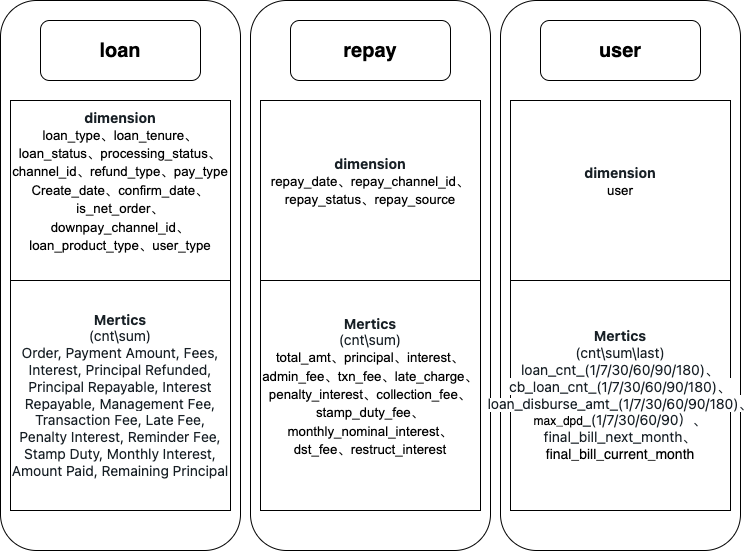
Before: v2_dws_metics.drawio.png, a diagram exported from draw.io (a490888602/draw). Source tidied: cells renumbered, new cells last; positions are measured from the earlier drawing's top-left corner, leaving out a move shared by most shapes.
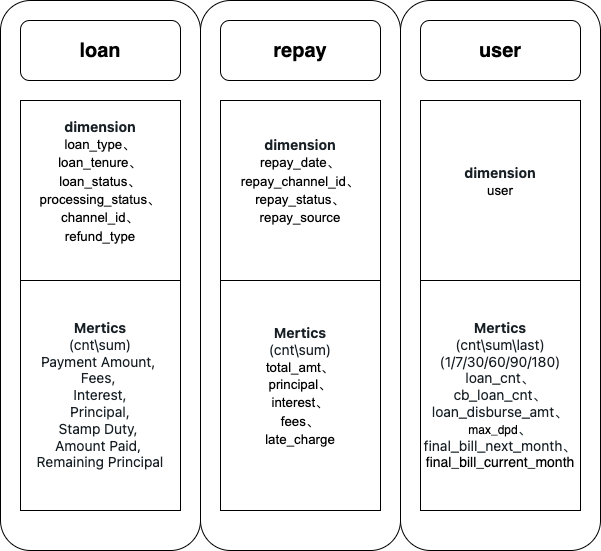
Later version of the same file.

Diff of the diagram source:
```diff
@@ -3,40 +3,40 @@
     <mxCell id="0" />
     <mxCell id="1" parent="0" />
     <mxCell id="2" style="rounded=1;whiteSpace=wrap;html=1;" parent="1" vertex="1">
-      <mxGeometry width="240" height="550" as="geometry" />
+      <mxGeometry x="20" width="200" height="550" as="geometry" />
     </mxCell>
     <mxCell id="3" value="&lt;font style=&quot;font-size: 20px;&quot;&gt;&lt;b&gt;loan&lt;/b&gt;&lt;/font&gt;" style="rounded=1;whiteSpace=wrap;html=1;" parent="1" vertex="1">
       <mxGeometry x="40" y="20" width="160" height="60" as="geometry" />
     </mxCell>
-    <mxCell id="4" value="&lt;span style=&quot;color: rgb(24, 32, 38); font-family: -apple-system, &amp;quot;system-ui&amp;quot;, &amp;quot;Segoe UI&amp;quot;, Roboto, Oxygen, Ubuntu, Cantarell, &amp;quot;Open Sans&amp;quot;, &amp;quot;Helvetica Neue&amp;quot;, Icons16, sans-serif; font-size: 14px; text-align: start; background-color: rgb(255, 255, 255);&quot;&gt;&lt;b&gt;dimension&lt;/b&gt;&lt;/span&gt;&lt;span id=&quot;docs-internal-guid-fe57390f-7fff-a0ee-cc2a-d11dbe8473af&quot;&gt;&lt;p style=&quot;line-height:1.38;margin-top:0pt;margin-bottom:0pt;&quot; dir=&quot;ltr&quot;&gt;&lt;span style=&quot;font-size: 10pt; font-family: Arial; background-color: rgb(255, 255, 255); font-variant-numeric: normal; font-variant-east-asian: normal; vertical-align: baseline;&quot;&gt;loan_type、loan_tenure、loan_status、processing_status、channel_id、refund_type、pay_type&lt;/span&gt;&lt;/p&gt;&lt;p style=&quot;line-height:1.38;margin-top:0pt;margin-bottom:0pt;&quot; dir=&quot;ltr&quot;&gt;&lt;span style=&quot;font-size: 10pt; font-family: Arial; background-color: rgb(255, 255, 255); font-variant-numeric: normal; font-variant-east-asian: normal; vertical-align: baseline;&quot;&gt;Create_date、confirm_date、is_net_order、downpay_channel_id、loan_product_type、user_type&lt;/span&gt;&lt;/p&gt;&lt;div&gt;&lt;span style=&quot;font-size: 10pt; font-family: Arial; background-color: rgb(255, 255, 255); font-variant-numeric: normal; font-variant-east-asian: normal; vertical-align: baseline;&quot;&gt;&lt;br&gt;&lt;/span&gt;&lt;/div&gt;&lt;/span&gt;" style="rounded=0;whiteSpace=wrap;html=1;" parent="1" vertex="1">
-      <mxGeometry x="10" y="100" width="220" height="180" as="geometry" />
+    <mxCell id="4" value="&lt;span style=&quot;color: rgb(24, 32, 38); font-family: -apple-system, &amp;quot;system-ui&amp;quot;, &amp;quot;Segoe UI&amp;quot;, Roboto, Oxygen, Ubuntu, Cantarell, &amp;quot;Open Sans&amp;quot;, &amp;quot;Helvetica Neue&amp;quot;, Icons16, sans-serif; font-size: 14px; text-align: start; background-color: rgb(255, 255, 255);&quot;&gt;&lt;b&gt;dimension&lt;/b&gt;&lt;/span&gt;&lt;span id=&quot;docs-internal-guid-fe57390f-7fff-a0ee-cc2a-d11dbe8473af&quot;&gt;&lt;p style=&quot;line-height:1.38;margin-top:0pt;margin-bottom:0pt;&quot; dir=&quot;ltr&quot;&gt;&lt;span style=&quot;font-size: 10pt; font-family: Arial; background-color: rgb(255, 255, 255); font-variant-numeric: normal; font-variant-east-asian: normal; vertical-align: baseline;&quot;&gt;loan_type、&lt;/span&gt;&lt;/p&gt;&lt;p style=&quot;line-height:1.38;margin-top:0pt;margin-bottom:0pt;&quot; dir=&quot;ltr&quot;&gt;&lt;span style=&quot;font-size: 10pt; font-family: Arial; background-color: rgb(255, 255, 255); font-variant-numeric: normal; font-variant-east-asian: normal; vertical-align: baseline;&quot;&gt;loan_tenure、&lt;/span&gt;&lt;/p&gt;&lt;p style=&quot;line-height:1.38;margin-top:0pt;margin-bottom:0pt;&quot; dir=&quot;ltr&quot;&gt;&lt;span style=&quot;font-size: 10pt; font-family: Arial; background-color: rgb(255, 255, 255); font-variant-numeric: normal; font-variant-east-asian: normal; vertical-align: baseline;&quot;&gt;loan_status、&lt;/span&gt;&lt;/p&gt;&lt;p style=&quot;line-height:1.38;margin-top:0pt;margin-bottom:0pt;&quot; dir=&quot;ltr&quot;&gt;&lt;span style=&quot;font-size: 10pt; font-family: Arial; background-color: rgb(255, 255, 255); font-variant-numeric: normal; font-variant-east-asian: normal; vertical-align: baseline;&quot;&gt;processing_status、&lt;/span&gt;&lt;/p&gt;&lt;p style=&quot;line-height:1.38;margin-top:0pt;margin-bottom:0pt;&quot; dir=&quot;ltr&quot;&gt;&lt;span style=&quot;font-size: 10pt; font-family: Arial; background-color: rgb(255, 255, 255); font-variant-numeric: normal; font-variant-east-asian: normal; vertical-align: baseline;&quot;&gt;channel_id、&lt;/span&gt;&lt;/p&gt;&lt;p style=&quot;line-height:1.38;margin-top:0pt;margin-bottom:0pt;&quot; dir=&quot;ltr&quot;&gt;&lt;span style=&quot;font-size: 10pt; font-family: Arial; background-color: rgb(255, 255, 255); font-variant-numeric: normal; font-variant-east-asian: normal; vertical-align: baseline;&quot;&gt;refund_type&lt;/span&gt;&lt;/p&gt;&lt;div&gt;&lt;span style=&quot;font-size: 10pt; font-family: Arial; background-color: rgb(255, 255, 255); font-variant-numeric: normal; font-variant-east-asian: normal; vertical-align: baseline;&quot;&gt;&lt;br&gt;&lt;/span&gt;&lt;/div&gt;&lt;/span&gt;" style="rounded=0;whiteSpace=wrap;html=1;" parent="1" vertex="1">
+      <mxGeometry x="40" y="100" width="160" height="180" as="geometry" />
     </mxCell>
-    <mxCell id="5" value="&lt;span style=&quot;color: rgb(24, 32, 38); font-family: -apple-system, &amp;quot;system-ui&amp;quot;, &amp;quot;Segoe UI&amp;quot;, Roboto, Oxygen, Ubuntu, Cantarell, &amp;quot;Open Sans&amp;quot;, &amp;quot;Helvetica Neue&amp;quot;, Icons16, sans-serif; font-size: 14px; text-align: start; background-color: rgb(255, 255, 255);&quot;&gt;&lt;b&gt;Mertics&lt;br&gt;&lt;/b&gt;(cnt\sum)&lt;br&gt;Order, Payment Amount, Fees, Interest, Principal Refunded, Principal Repayable, Interest Repayable, Management Fee, Transaction Fee, Late Fee, Penalty Interest, Reminder Fee, Stamp Duty, Monthly Interest, Amount Paid, Remaining Principal&lt;/span&gt;" style="rounded=0;whiteSpace=wrap;html=1;" parent="1" vertex="1">
-      <mxGeometry x="10" y="280" width="220" height="230" as="geometry" />
+    <mxCell id="5" value="&lt;span style=&quot;color: rgb(24, 32, 38); font-family: -apple-system, &amp;quot;system-ui&amp;quot;, &amp;quot;Segoe UI&amp;quot;, Roboto, Oxygen, Ubuntu, Cantarell, &amp;quot;Open Sans&amp;quot;, &amp;quot;Helvetica Neue&amp;quot;, Icons16, sans-serif; font-size: 14px; text-align: start; background-color: rgb(255, 255, 255);&quot;&gt;&lt;b&gt;Mertics&lt;br&gt;&lt;/b&gt;(cnt\sum)&lt;br&gt;Payment Amount, &lt;br&gt;Fees, &lt;br&gt;Interest,&lt;br&gt;Principal,&lt;br&gt;Stamp Duty, &lt;br&gt;Amount Paid, &lt;br&gt;Remaining Principal&lt;/span&gt;" style="rounded=0;whiteSpace=wrap;html=1;" parent="1" vertex="1">
+      <mxGeometry x="40" y="280" width="160" height="230" as="geometry" />
     </mxCell>
-    <mxCell id="6" style="rounded=1;whiteSpace=wrap;html=1;" parent="1" vertex="1">
-      <mxGeometry x="250" width="240" height="550" as="geometry" />
-    </mxCell>
+    <mxCell id="14" style="rounded=1;whiteSpace=wrap;html=1;" parent="1" vertex="1">
+      <mxGeometry x="220" width="200" height="550" as="geometry" />
+    </mxCell>
-    <mxCell id="7" value="&lt;font style=&quot;font-size: 20px;&quot;&gt;&lt;b&gt;repay&lt;/b&gt;&lt;/font&gt;" style="rounded=1;whiteSpace=wrap;html=1;" parent="1" vertex="1">
-      <mxGeometry x="290" y="20" width="160" height="60" as="geometry" />
+    <mxCell id="7" value="&lt;b style=&quot;font-size: 20px;&quot;&gt;repay&lt;/b&gt;" style="rounded=1;whiteSpace=wrap;html=1;" parent="1" vertex="1">
+      <mxGeometry x="240" y="20" width="160" height="60" as="geometry" />
     </mxCell>
-    <mxCell id="8" value="&lt;span style=&quot;color: rgb(24, 32, 38); font-family: -apple-system, &amp;quot;system-ui&amp;quot;, &amp;quot;Segoe UI&amp;quot;, Roboto, Oxygen, Ubuntu, Cantarell, &amp;quot;Open Sans&amp;quot;, &amp;quot;Helvetica Neue&amp;quot;, Icons16, sans-serif; font-size: 14px; text-align: start; background-color: rgb(255, 255, 255);&quot;&gt;&lt;b&gt;dimension&lt;/b&gt;&lt;/span&gt;&lt;span id=&quot;docs-internal-guid-fe57390f-7fff-a0ee-cc2a-d11dbe8473af&quot;&gt;&lt;p style=&quot;line-height:1.38;margin-top:0pt;margin-bottom:0pt;&quot; dir=&quot;ltr&quot;&gt;&lt;span id=&quot;docs-internal-guid-1e8be716-7fff-891e-9e94-153255852bf0&quot;&gt;&lt;span style=&quot;font-size: 10pt; font-family: Arial; background-color: rgb(255, 255, 255); font-variant-numeric: normal; font-variant-east-asian: normal; vertical-align: baseline;&quot;&gt;repay_date、repay_channel_id、repay_status、repay_source&lt;/span&gt;&lt;/span&gt;&lt;br&gt;&lt;/p&gt;&lt;div&gt;&lt;span style=&quot;font-size: 10pt; font-family: Arial; background-color: rgb(255, 255, 255); font-variant-numeric: normal; font-variant-east-asian: normal; vertical-align: baseline;&quot;&gt;&lt;br&gt;&lt;/span&gt;&lt;/div&gt;&lt;/span&gt;" style="rounded=0;whiteSpace=wrap;html=1;" parent="1" vertex="1">
-      <mxGeometry x="260" y="100" width="220" height="180" as="geometry" />
-    </mxCell>
-    <mxCell id="9" value="&lt;span style=&quot;color: rgb(24, 32, 38); font-family: -apple-system, &amp;quot;system-ui&amp;quot;, &amp;quot;Segoe UI&amp;quot;, Roboto, Oxygen, Ubuntu, Cantarell, &amp;quot;Open Sans&amp;quot;, &amp;quot;Helvetica Neue&amp;quot;, Icons16, sans-serif; font-size: 14px; text-align: start; background-color: rgb(255, 255, 255);&quot;&gt;&lt;b&gt;Mertics&lt;br&gt;&lt;/b&gt;(cnt\sum)&lt;br&gt;&lt;/span&gt;&lt;span id=&quot;docs-internal-guid-ec698fb8-7fff-f6b3-cd24-1bbb1288b2f9&quot;&gt;&lt;p style=&quot;line-height:1.38;margin-top:0pt;margin-bottom:0pt;&quot; dir=&quot;ltr&quot;&gt;&lt;span style=&quot;font-size: 10pt; font-family: Arial; background-color: rgb(255, 255, 255); font-variant-numeric: normal; font-variant-east-asian: normal; vertical-align: baseline;&quot;&gt;total_amt、principal、interest、admin_fee、txn_fee、late_charge、penalty_interest、collection_fee、stamp_duty_fee、monthly_nominal_interest、dst_fee、restruct_interest&lt;/span&gt;&lt;/p&gt;&lt;div&gt;&lt;span style=&quot;font-size: 10pt; font-family: Arial; background-color: rgb(255, 255, 255); font-variant-numeric: normal; font-variant-east-asian: normal; vertical-align: baseline;&quot;&gt;&lt;br&gt;&lt;/span&gt;&lt;/div&gt;&lt;/span&gt;" style="rounded=0;whiteSpace=wrap;html=1;" parent="1" vertex="1">
-      <mxGeometry x="260" y="280" width="220" height="230" as="geometry" />
-    </mxCell>
-    <mxCell id="10" style="rounded=1;whiteSpace=wrap;html=1;" parent="1" vertex="1">
-      <mxGeometry x="500" width="240" height="550" as="geometry" />
-    </mxCell>
+    <mxCell id="15" value="&lt;span style=&quot;color: rgb(24, 32, 38); font-family: -apple-system, &amp;quot;system-ui&amp;quot;, &amp;quot;Segoe UI&amp;quot;, Roboto, Oxygen, Ubuntu, Cantarell, &amp;quot;Open Sans&amp;quot;, &amp;quot;Helvetica Neue&amp;quot;, Icons16, sans-serif; font-size: 14px; text-align: start; background-color: rgb(255, 255, 255);&quot;&gt;&lt;b&gt;dimension&lt;/b&gt;&lt;/span&gt;&lt;span id=&quot;docs-internal-guid-fe57390f-7fff-a0ee-cc2a-d11dbe8473af&quot;&gt;&lt;p style=&quot;line-height: 1.38; margin-top: 0pt; margin-bottom: 0pt;&quot; dir=&quot;ltr&quot;&gt;&lt;span id=&quot;docs-internal-guid-1e8be716-7fff-891e-9e94-153255852bf0&quot;&gt;&lt;span style=&quot;font-size: 10pt; font-family: Arial; background-color: rgb(255, 255, 255); font-variant-numeric: normal; font-variant-east-asian: normal; vertical-align: baseline;&quot;&gt;repay_date、&lt;/span&gt;&lt;/span&gt;&lt;/p&gt;&lt;p style=&quot;line-height: 1.38; margin-top: 0pt; margin-bottom: 0pt;&quot; dir=&quot;ltr&quot;&gt;&lt;span style=&quot;font-size: 10pt; font-family: Arial; background-color: rgb(255, 255, 255); font-variant-numeric: normal; font-variant-east-asian: normal; vertical-align: baseline;&quot;&gt;repay_channel_id、&lt;/span&gt;&lt;/p&gt;&lt;p style=&quot;line-height: 1.38; margin-top: 0pt; margin-bottom: 0pt;&quot; dir=&quot;ltr&quot;&gt;&lt;span style=&quot;font-size: 10pt; font-family: Arial; background-color: rgb(255, 255, 255); font-variant-numeric: normal; font-variant-east-asian: normal; vertical-align: baseline;&quot;&gt;repay_status、&lt;/span&gt;&lt;/p&gt;&lt;p style=&quot;line-height: 1.38; margin-top: 0pt; margin-bottom: 0pt;&quot; dir=&quot;ltr&quot;&gt;&lt;span style=&quot;font-size: 10pt; font-family: Arial; background-color: rgb(255, 255, 255); font-variant-numeric: normal; font-variant-east-asian: normal; vertical-align: baseline;&quot;&gt;repay_source&lt;/span&gt;&lt;br&gt;&lt;/p&gt;&lt;div&gt;&lt;span style=&quot;font-size: 10pt; font-family: Arial; background-color: rgb(255, 255, 255); font-variant-numeric: normal; font-variant-east-asian: normal; vertical-align: baseline;&quot;&gt;&lt;br&gt;&lt;/span&gt;&lt;/div&gt;&lt;/span&gt;" style="rounded=0;whiteSpace=wrap;html=1;" parent="1" vertex="1">
+      <mxGeometry x="240" y="100" width="160" height="180" as="geometry" />
+    </mxCell>
+    <mxCell id="16" value="&lt;span style=&quot;color: rgb(24, 32, 38); font-family: -apple-system, &amp;quot;system-ui&amp;quot;, &amp;quot;Segoe UI&amp;quot;, Roboto, Oxygen, Ubuntu, Cantarell, &amp;quot;Open Sans&amp;quot;, &amp;quot;Helvetica Neue&amp;quot;, Icons16, sans-serif; font-size: 14px; text-align: start; background-color: rgb(255, 255, 255);&quot;&gt;&lt;b&gt;Mertics&lt;br&gt;&lt;/b&gt;(cnt\sum)&lt;br&gt;&lt;/span&gt;&lt;span style=&quot;background-color: rgb(255, 255, 255); font-family: Arial; font-size: 10pt;&quot;&gt;total_amt、&lt;/span&gt;&lt;span style=&quot;color: rgb(24, 32, 38); font-family: -apple-system, &amp;quot;system-ui&amp;quot;, &amp;quot;Segoe UI&amp;quot;, Roboto, Oxygen, Ubuntu, Cantarell, &amp;quot;Open Sans&amp;quot;, &amp;quot;Helvetica Neue&amp;quot;, Icons16, sans-serif; font-size: 14px; text-align: start; background-color: rgb(255, 255, 255);&quot;&gt;&lt;br&gt;&lt;/span&gt;&lt;span id=&quot;docs-internal-guid-ec698fb8-7fff-f6b3-cd24-1bbb1288b2f9&quot;&gt;&lt;p style=&quot;line-height: 1.38; margin-top: 0pt; margin-bottom: 0pt;&quot; dir=&quot;ltr&quot;&gt;&lt;span style=&quot;font-size: 10pt; font-family: Arial; background-color: rgb(255, 255, 255); font-variant-numeric: normal; font-variant-east-asian: normal; vertical-align: baseline;&quot;&gt;principal、&lt;/span&gt;&lt;/p&gt;&lt;p style=&quot;line-height: 1.38; margin-top: 0pt; margin-bottom: 0pt;&quot; dir=&quot;ltr&quot;&gt;&lt;span style=&quot;font-size: 10pt; font-family: Arial; background-color: rgb(255, 255, 255); font-variant-numeric: normal; font-variant-east-asian: normal; vertical-align: baseline;&quot;&gt;interest、&lt;/span&gt;&lt;/p&gt;&lt;p style=&quot;line-height: 1.38; margin-top: 0pt; margin-bottom: 0pt;&quot; dir=&quot;ltr&quot;&gt;&lt;span style=&quot;font-size: 10pt; font-family: Arial; background-color: rgb(255, 255, 255); font-variant-numeric: normal; font-variant-east-asian: normal; vertical-align: baseline;&quot;&gt;fees、&lt;/span&gt;&lt;/p&gt;&lt;p style=&quot;line-height: 1.38; margin-top: 0pt; margin-bottom: 0pt;&quot; dir=&quot;ltr&quot;&gt;&lt;span style=&quot;font-size: 10pt; font-family: Arial; background-color: rgb(255, 255, 255); font-variant-numeric: normal; font-variant-east-asian: normal; vertical-align: baseline;&quot;&gt;late_charge&lt;/span&gt;&lt;/p&gt;&lt;div&gt;&lt;span style=&quot;font-size: 10pt; font-family: Arial; background-color: rgb(255, 255, 255); font-variant-numeric: normal; font-variant-east-asian: normal; vertical-align: baseline;&quot;&gt;&lt;br&gt;&lt;/span&gt;&lt;/div&gt;&lt;/span&gt;" style="rounded=0;whiteSpace=wrap;html=1;" parent="1" vertex="1">
+      <mxGeometry x="240" y="280" width="160" height="230" as="geometry" />
+    </mxCell>
+    <mxCell id="17" style="rounded=1;whiteSpace=wrap;html=1;" parent="1" vertex="1">
+      <mxGeometry x="420" width="200" height="550" as="geometry" />
+    </mxCell>
-    <mxCell id="11" value="&lt;font style=&quot;font-size: 20px;&quot;&gt;&lt;b&gt;user&lt;/b&gt;&lt;/font&gt;" style="rounded=1;whiteSpace=wrap;html=1;" parent="1" vertex="1">
-      <mxGeometry x="540" y="20" width="160" height="60" as="geometry" />
+    <mxCell id="11" value="&lt;b style=&quot;font-size: 20px;&quot;&gt;user&lt;/b&gt;" style="rounded=1;whiteSpace=wrap;html=1;" parent="1" vertex="1">
+      <mxGeometry x="440" y="20" width="160" height="60" as="geometry" />
     </mxCell>
-    <mxCell id="12" value="&lt;span style=&quot;color: rgb(24, 32, 38); font-family: -apple-system, &amp;quot;system-ui&amp;quot;, &amp;quot;Segoe UI&amp;quot;, Roboto, Oxygen, Ubuntu, Cantarell, &amp;quot;Open Sans&amp;quot;, &amp;quot;Helvetica Neue&amp;quot;, Icons16, sans-serif; font-size: 14px; text-align: start; background-color: rgb(255, 255, 255);&quot;&gt;&lt;b&gt;dimension&lt;/b&gt;&lt;/span&gt;&lt;span id=&quot;docs-internal-guid-fe57390f-7fff-a0ee-cc2a-d11dbe8473af&quot;&gt;&lt;p style=&quot;line-height:1.38;margin-top:0pt;margin-bottom:0pt;&quot; dir=&quot;ltr&quot;&gt;&lt;span style=&quot;background-color: rgb(255, 255, 255); font-family: Arial; font-size: 10pt;&quot;&gt;user&lt;/span&gt;&lt;br&gt;&lt;/p&gt;&lt;div&gt;&lt;span style=&quot;font-size: 10pt; font-family: Arial; background-color: rgb(255, 255, 255); font-variant-numeric: normal; font-variant-east-asian: normal; vertical-align: baseline;&quot;&gt;&lt;br&gt;&lt;/span&gt;&lt;/div&gt;&lt;/span&gt;" style="rounded=0;whiteSpace=wrap;html=1;" parent="1" vertex="1">
-      <mxGeometry x="510" y="100" width="220" height="180" as="geometry" />
+    <mxCell id="12" value="&lt;span style=&quot;color: rgb(24, 32, 38); font-family: -apple-system, &amp;quot;system-ui&amp;quot;, &amp;quot;Segoe UI&amp;quot;, Roboto, Oxygen, Ubuntu, Cantarell, &amp;quot;Open Sans&amp;quot;, &amp;quot;Helvetica Neue&amp;quot;, Icons16, sans-serif; font-size: 14px; text-align: start; background-color: rgb(255, 255, 255);&quot;&gt;&lt;b&gt;dimension&lt;/b&gt;&lt;/span&gt;&lt;span id=&quot;docs-internal-guid-fe57390f-7fff-a0ee-cc2a-d11dbe8473af&quot;&gt;&lt;p style=&quot;line-height: 1.38; margin-top: 0pt; margin-bottom: 0pt;&quot; dir=&quot;ltr&quot;&gt;&lt;span style=&quot;background-color: rgb(255, 255, 255); font-family: Arial; font-size: 10pt;&quot;&gt;user&lt;/span&gt;&lt;br&gt;&lt;/p&gt;&lt;div&gt;&lt;span style=&quot;background-color: rgb(255, 255, 255); font-family: Arial; font-size: 10pt;&quot;&gt;&lt;br&gt;&lt;/span&gt;&lt;/div&gt;&lt;/span&gt;" style="rounded=0;whiteSpace=wrap;html=1;" parent="1" vertex="1">
+      <mxGeometry x="440" y="100" width="160" height="180" as="geometry" />
     </mxCell>
-    <mxCell id="13" value="&lt;span style=&quot;color: rgb(24, 32, 38); font-family: -apple-system, &amp;quot;system-ui&amp;quot;, &amp;quot;Segoe UI&amp;quot;, Roboto, Oxygen, Ubuntu, Cantarell, &amp;quot;Open Sans&amp;quot;, &amp;quot;Helvetica Neue&amp;quot;, Icons16, sans-serif; font-size: 14px; text-align: start; background-color: rgb(255, 255, 255);&quot;&gt;&lt;b&gt;Mertics&lt;br&gt;&lt;/b&gt;(cnt\sum\last)&lt;br&gt;loan_cnt_(1/7/30/60/90/180)、&lt;br&gt;&lt;/span&gt;&lt;span style=&quot;color: rgb(24, 32, 38); font-family: -apple-system, &amp;quot;system-ui&amp;quot;, &amp;quot;Segoe UI&amp;quot;, Roboto, Oxygen, Ubuntu, Cantarell, &amp;quot;Open Sans&amp;quot;, &amp;quot;Helvetica Neue&amp;quot;, Icons16, sans-serif; font-size: 14px; text-align: start; background-color: rgb(255, 255, 255);&quot;&gt;cb_loan_cnt_(1/7/30/60/90/180)、&lt;br&gt;&lt;/span&gt;&lt;span style=&quot;text-align: start; background-color: rgb(255, 255, 255);&quot;&gt;&lt;font face=&quot;-apple-system, system-ui, Segoe UI, Roboto, Oxygen, Ubuntu, Cantarell, Open Sans, Helvetica Neue, Icons16, sans-serif&quot; color=&quot;#182026&quot;&gt;&lt;span style=&quot;font-size: 14px;&quot;&gt;loan_disburse_amt&lt;/span&gt;&lt;/font&gt;&lt;/span&gt;&lt;span style=&quot;color: rgb(24, 32, 38); font-family: -apple-system, &amp;quot;system-ui&amp;quot;, &amp;quot;Segoe UI&amp;quot;, Roboto, Oxygen, Ubuntu, Cantarell, &amp;quot;Open Sans&amp;quot;, &amp;quot;Helvetica Neue&amp;quot;, Icons16, sans-serif; font-size: 14px; text-align: start; background-color: rgb(255, 255, 255);&quot;&gt;_(1/7/30/60/90/180)、&lt;br&gt;&lt;/span&gt;&lt;span style=&quot;text-align: start; background-color: rgb(255, 255, 255);&quot;&gt;max_dpd&lt;/span&gt;&lt;span style=&quot;text-align: start; background-color: rgb(255, 255, 255);&quot;&gt;&lt;font face=&quot;-apple-system, system-ui, Segoe UI, Roboto, Oxygen, Ubuntu, Cantarell, Open Sans, Helvetica Neue, Icons16, sans-serif&quot; color=&quot;#182026&quot;&gt;&lt;span style=&quot;font-size: 14px;&quot;&gt;_(1/7/30/60/90）、final_bill_next_month、&lt;/span&gt;&lt;/font&gt;&lt;br&gt;&lt;/span&gt;&lt;span style=&quot;text-align: start; background-color: rgb(255, 255, 255);&quot;&gt;&lt;font style=&quot;font-size: 14px;&quot;&gt;final_bill_current_month&lt;/font&gt;&lt;br&gt;&lt;/span&gt;" style="rounded=0;whiteSpace=wrap;html=1;" parent="1" vertex="1">
-      <mxGeometry x="510" y="280" width="220" height="230" as="geometry" />
-    </mxCell>
+    <mxCell id="18" value="&lt;span style=&quot;color: rgb(24, 32, 38); font-family: -apple-system, &amp;quot;system-ui&amp;quot;, &amp;quot;Segoe UI&amp;quot;, Roboto, Oxygen, Ubuntu, Cantarell, &amp;quot;Open Sans&amp;quot;, &amp;quot;Helvetica Neue&amp;quot;, Icons16, sans-serif; font-size: 14px; text-align: start; background-color: rgb(255, 255, 255);&quot;&gt;&lt;b&gt;Mertics&lt;br&gt;&lt;/b&gt;(cnt\sum\last)&lt;br&gt;&lt;/span&gt;&lt;span style=&quot;color: rgb(24, 32, 38); font-family: -apple-system, &amp;quot;system-ui&amp;quot;, &amp;quot;Segoe UI&amp;quot;, Roboto, Oxygen, Ubuntu, Cantarell, &amp;quot;Open Sans&amp;quot;, &amp;quot;Helvetica Neue&amp;quot;, Icons16, sans-serif; font-size: 14px; text-align: start; background-color: rgb(255, 255, 255);&quot;&gt;(1/7/30/60/90/180)&lt;/span&gt;&lt;span style=&quot;color: rgb(24, 32, 38); font-family: -apple-system, &amp;quot;system-ui&amp;quot;, &amp;quot;Segoe UI&amp;quot;, Roboto, Oxygen, Ubuntu, Cantarell, &amp;quot;Open Sans&amp;quot;, &amp;quot;Helvetica Neue&amp;quot;, Icons16, sans-serif; font-size: 14px; text-align: start; background-color: rgb(255, 255, 255);&quot;&gt;&lt;br&gt;loan_cnt、&lt;br&gt;&lt;/span&gt;&lt;span style=&quot;color: rgb(24, 32, 38); font-family: -apple-system, &amp;quot;system-ui&amp;quot;, &amp;quot;Segoe UI&amp;quot;, Roboto, Oxygen, Ubuntu, Cantarell, &amp;quot;Open Sans&amp;quot;, &amp;quot;Helvetica Neue&amp;quot;, Icons16, sans-serif; font-size: 14px; text-align: start; background-color: rgb(255, 255, 255);&quot;&gt;cb_loan_cnt、&lt;br&gt;&lt;/span&gt;&lt;span style=&quot;text-align: start; background-color: rgb(255, 255, 255);&quot;&gt;&lt;font face=&quot;-apple-system, system-ui, Segoe UI, Roboto, Oxygen, Ubuntu, Cantarell, Open Sans, Helvetica Neue, Icons16, sans-serif&quot; color=&quot;#182026&quot;&gt;&lt;span style=&quot;font-size: 14px;&quot;&gt;loan_disburse_amt&lt;/span&gt;&lt;/font&gt;&lt;/span&gt;&lt;span style=&quot;color: rgb(24, 32, 38); font-family: -apple-system, &amp;quot;system-ui&amp;quot;, &amp;quot;Segoe UI&amp;quot;, Roboto, Oxygen, Ubuntu, Cantarell, &amp;quot;Open Sans&amp;quot;, &amp;quot;Helvetica Neue&amp;quot;, Icons16, sans-serif; font-size: 14px; text-align: start; background-color: rgb(255, 255, 255);&quot;&gt;、&lt;br&gt;&lt;/span&gt;&lt;span style=&quot;text-align: start; background-color: rgb(255, 255, 255);&quot;&gt;max_dpd&lt;/span&gt;&lt;span style=&quot;text-align: start; background-color: rgb(255, 255, 255);&quot;&gt;&lt;font face=&quot;-apple-system, system-ui, Segoe UI, Roboto, Oxygen, Ubuntu, Cantarell, Open Sans, Helvetica Neue, Icons16, sans-serif&quot; color=&quot;#182026&quot;&gt;&lt;span style=&quot;font-size: 14px;&quot;&gt;、&lt;br&gt;final_bill_next_month、&lt;/span&gt;&lt;/font&gt;&lt;br&gt;&lt;/span&gt;&lt;span style=&quot;text-align: start; background-color: rgb(255, 255, 255);&quot;&gt;&lt;font style=&quot;font-size: 14px;&quot;&gt;final_bill_current_month&lt;/font&gt;&lt;/span&gt;" style="rounded=0;whiteSpace=wrap;html=1;" parent="1" vertex="1">
+      <mxGeometry x="440" y="280" width="160" height="230" as="geometry" />
+    </mxCell>
   </root>
 </mxGraphModel>
```
